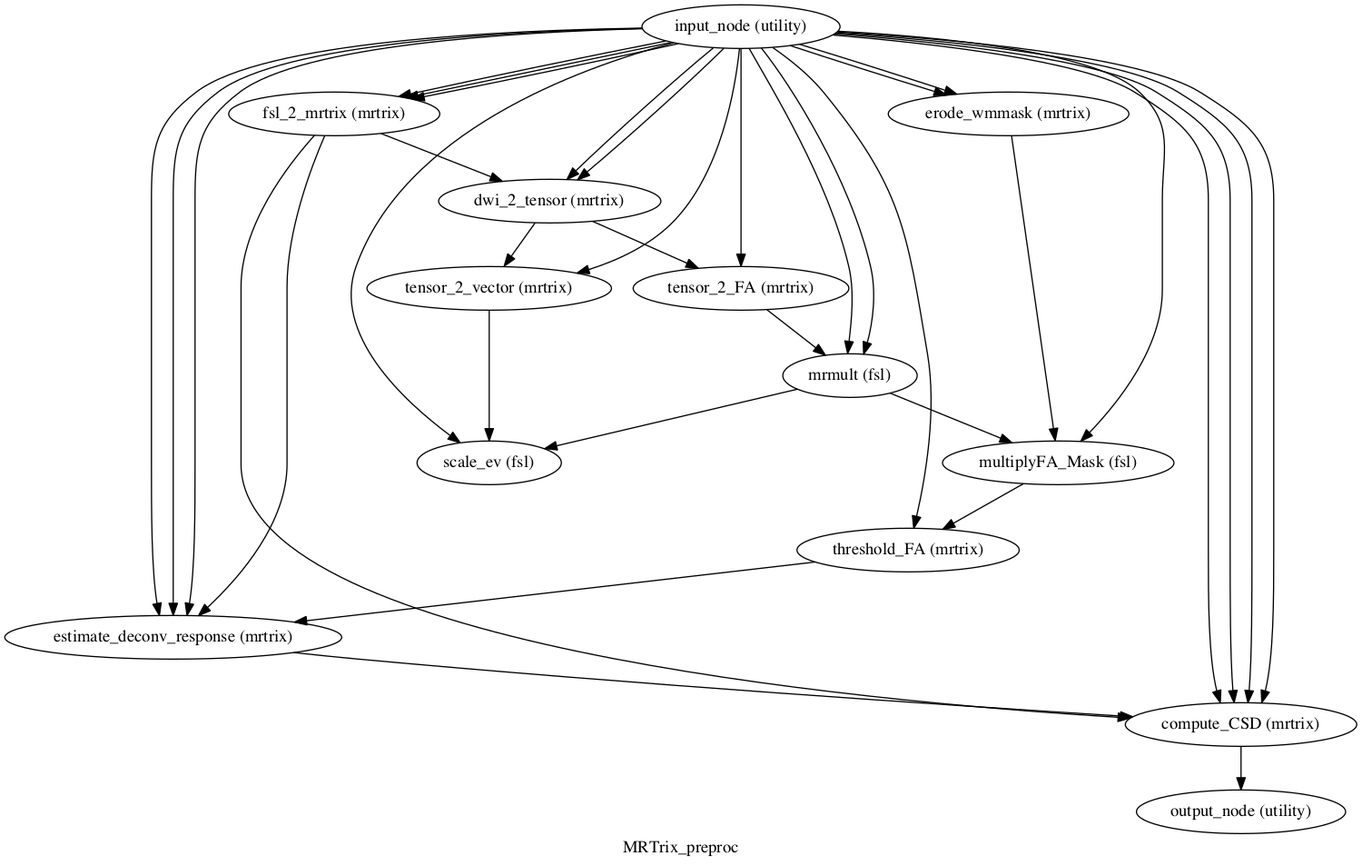
The Graphviz diagram notebooks/mrtrix_preproc_workflow_graph.dot.png in BrainModes/TVB-Pypeline, before a commit. Its source is kept beside it as notebooks/mrtrix_preproc_workflow_graph.dot. The source it was exported from:
```dot
digraph MRTrix_preproc{
  label="MRTrix_preproc";
  MRTrix_preproc_input_node[label="input_node (utility)"];
  MRTrix_preproc_fsl_2_mrtrix[label="fsl_2_mrtrix (mrtrix)"];
  MRTrix_preproc_dwi_2_tensor[label="dwi_2_tensor (mrtrix)"];
  MRTrix_preproc_tensor_2_FA[label="tensor_2_FA (mrtrix)"];
  MRTrix_preproc_erode_wmmask[label="erode_wmmask (mrtrix)"];
  MRTrix_preproc_mrmult[label="mrmult (fsl)"];
  MRTrix_preproc_multiplyFA_Mask[label="multiplyFA_Mask (fsl)"];
  MRTrix_preproc_threshold_FA[label="threshold_FA (mrtrix)"];
  MRTrix_preproc_estimate_deconv_response[label="estimate_deconv_response (mrtrix)"];
  MRTrix_preproc_compute_CSD[label="compute_CSD (mrtrix)"];
  MRTrix_preproc_output_node[label="output_node (utility)"];
  MRTrix_preproc_tensor_2_vector[label="tensor_2_vector (mrtrix)"];
  MRTrix_preproc_scale_ev[label="scale_ev (fsl)"];
  MRTrix_preproc_input_node -> MRTrix_preproc_tensor_2_vector;
  MRTrix_preproc_input_node -> MRTrix_preproc_estimate_deconv_response;
  MRTrix_preproc_input_node -> MRTrix_preproc_estimate_deconv_response;
  MRTrix_preproc_input_node -> MRTrix_preproc_estimate_deconv_response;
  MRTrix_preproc_input_node -> MRTrix_preproc_mrmult;
  MRTrix_preproc_input_node -> MRTrix_preproc_mrmult;
  MRTrix_preproc_input_node -> MRTrix_preproc_multiplyFA_Mask;
  MRTrix_preproc_input_node -> MRTrix_preproc_erode_wmmask;
  MRTrix_preproc_input_node -> MRTrix_preproc_erode_wmmask;
  MRTrix_preproc_input_node -> MRTrix_preproc_dwi_2_tensor;
  MRTrix_preproc_input_node -> MRTrix_preproc_dwi_2_tensor;
  MRTrix_preproc_input_node -> MRTrix_preproc_fsl_2_mrtrix;
  MRTrix_preproc_input_node -> MRTrix_preproc_fsl_2_mrtrix;
  MRTrix_preproc_input_node -> MRTrix_preproc_fsl_2_mrtrix;
  MRTrix_preproc_input_node -> MRTrix_preproc_threshold_FA;
  MRTrix_preproc_input_node -> MRTrix_preproc_compute_CSD;
  MRTrix_preproc_input_node -> MRTrix_preproc_compute_CSD;
  MRTrix_preproc_input_node -> MRTrix_preproc_compute_CSD;
  MRTrix_preproc_input_node -> MRTrix_preproc_compute_CSD;
  MRTrix_preproc_input_node -> MRTrix_preproc_tensor_2_FA;
  MRTrix_preproc_input_node -> MRTrix_preproc_scale_ev;
  MRTrix_preproc_fsl_2_mrtrix -> MRTrix_preproc_compute_CSD;
  MRTrix_preproc_fsl_2_mrtrix -> MRTrix_preproc_dwi_2_tensor;
  MRTrix_preproc_fsl_2_mrtrix -> MRTrix_preproc_estimate_deconv_response;
  MRTrix_preproc_dwi_2_tensor -> MRTrix_preproc_tensor_2_FA;
  MRTrix_preproc_dwi_2_tensor -> MRTrix_preproc_tensor_2_vector;
  MRTrix_preproc_tensor_2_FA -> MRTrix_preproc_mrmult;
  MRTrix_preproc_erode_wmmask -> MRTrix_preproc_multiplyFA_Mask;
  MRTrix_preproc_mrmult -> MRTrix_preproc_multiplyFA_Mask;
  MRTrix_preproc_mrmult -> MRTrix_preproc_scale_ev;
  MRTrix_preproc_multiplyFA_Mask -> MRTrix_preproc_threshold_FA;
  MRTrix_preproc_threshold_FA -> MRTrix_preproc_estimate_deconv_response;
  MRTrix_preproc_estimate_deconv_response -> MRTrix_preproc_compute_CSD;
  MRTrix_preproc_compute_CSD -> MRTrix_preproc_output_node;
  MRTrix_preproc_tensor_2_vector -> MRTrix_preproc_scale_ev;
}
```
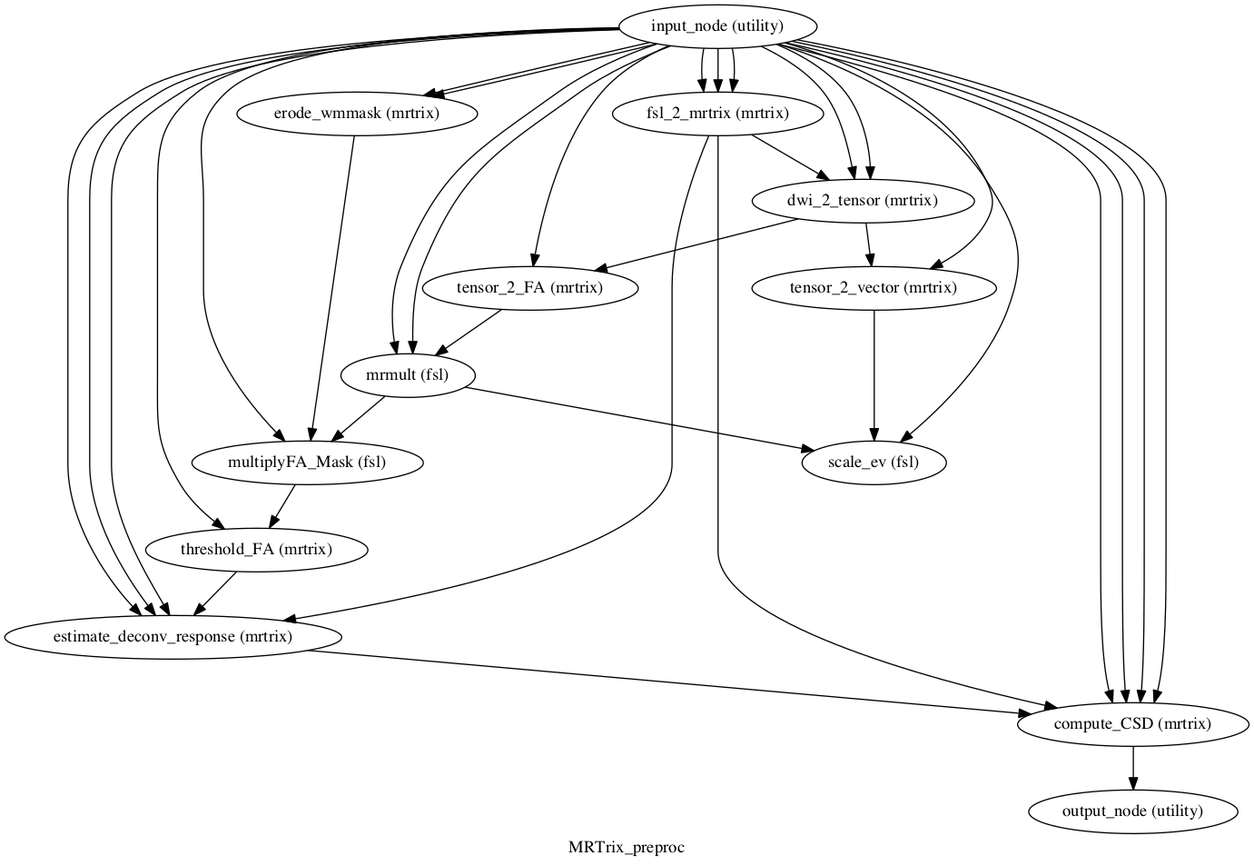
After the commit.

The edit, as a diff of the source:
```diff
@@ -3,49 +3,49 @@
   MRTrix_preproc_input_node[label="input_node (utility)"];
   MRTrix_preproc_fsl_2_mrtrix[label="fsl_2_mrtrix (mrtrix)"];
   MRTrix_preproc_dwi_2_tensor[label="dwi_2_tensor (mrtrix)"];
+  MRTrix_preproc_tensor_2_vector[label="tensor_2_vector (mrtrix)"];
   MRTrix_preproc_tensor_2_FA[label="tensor_2_FA (mrtrix)"];
+  MRTrix_preproc_mrmult[label="mrmult (fsl)"];
+  MRTrix_preproc_scale_ev[label="scale_ev (fsl)"];
   MRTrix_preproc_erode_wmmask[label="erode_wmmask (mrtrix)"];
-  MRTrix_preproc_mrmult[label="mrmult (fsl)"];
   MRTrix_preproc_multiplyFA_Mask[label="multiplyFA_Mask (fsl)"];
   MRTrix_preproc_threshold_FA[label="threshold_FA (mrtrix)"];
   MRTrix_preproc_estimate_deconv_response[label="estimate_deconv_response (mrtrix)"];
   MRTrix_preproc_compute_CSD[label="compute_CSD (mrtrix)"];
   MRTrix_preproc_output_node[label="output_node (utility)"];
-  MRTrix_preproc_tensor_2_vector[label="tensor_2_vector (mrtrix)"];
-  MRTrix_preproc_scale_ev[label="scale_ev (fsl)"];
-  MRTrix_preproc_input_node -> MRTrix_preproc_tensor_2_vector;
   MRTrix_preproc_input_node -> MRTrix_preproc_estimate_deconv_response;
   MRTrix_preproc_input_node -> MRTrix_preproc_estimate_deconv_response;
   MRTrix_preproc_input_node -> MRTrix_preproc_estimate_deconv_response;
+  MRTrix_preproc_input_node -> MRTrix_preproc_multiplyFA_Mask;
+  MRTrix_preproc_input_node -> MRTrix_preproc_threshold_FA;
+  MRTrix_preproc_input_node -> MRTrix_preproc_erode_wmmask;
+  MRTrix_preproc_input_node -> MRTrix_preproc_erode_wmmask;
   MRTrix_preproc_input_node -> MRTrix_preproc_mrmult;
   MRTrix_preproc_input_node -> MRTrix_preproc_mrmult;
-  MRTrix_preproc_input_node -> MRTrix_preproc_multiplyFA_Mask;
-  MRTrix_preproc_input_node -> MRTrix_preproc_erode_wmmask;
-  MRTrix_preproc_input_node -> MRTrix_preproc_erode_wmmask;
-  MRTrix_preproc_input_node -> MRTrix_preproc_dwi_2_tensor;
-  MRTrix_preproc_input_node -> MRTrix_preproc_dwi_2_tensor;
+  MRTrix_preproc_input_node -> MRTrix_preproc_tensor_2_FA;
+  MRTrix_preproc_input_node -> MRTrix_preproc_tensor_2_vector;
   MRTrix_preproc_input_node -> MRTrix_preproc_fsl_2_mrtrix;
   MRTrix_preproc_input_node -> MRTrix_preproc_fsl_2_mrtrix;
   MRTrix_preproc_input_node -> MRTrix_preproc_fsl_2_mrtrix;
-  MRTrix_preproc_input_node -> MRTrix_preproc_threshold_FA;
   MRTrix_preproc_input_node -> MRTrix_preproc_compute_CSD;
   MRTrix_preproc_input_node -> MRTrix_preproc_compute_CSD;
   MRTrix_preproc_input_node -> MRTrix_preproc_compute_CSD;
   MRTrix_preproc_input_node -> MRTrix_preproc_compute_CSD;
-  MRTrix_preproc_input_node -> MRTrix_preproc_tensor_2_FA;
   MRTrix_preproc_input_node -> MRTrix_preproc_scale_ev;
+  MRTrix_preproc_input_node -> MRTrix_preproc_dwi_2_tensor;
+  MRTrix_preproc_input_node -> MRTrix_preproc_dwi_2_tensor;
+  MRTrix_preproc_fsl_2_mrtrix -> MRTrix_preproc_estimate_deconv_response;
+  MRTrix_preproc_fsl_2_mrtrix -> MRTrix_preproc_dwi_2_tensor;
   MRTrix_preproc_fsl_2_mrtrix -> MRTrix_preproc_compute_CSD;
-  MRTrix_preproc_fsl_2_mrtrix -> MRTrix_preproc_dwi_2_tensor;
-  MRTrix_preproc_fsl_2_mrtrix -> MRTrix_preproc_estimate_deconv_response;
   MRTrix_preproc_dwi_2_tensor -> MRTrix_preproc_tensor_2_FA;
   MRTrix_preproc_dwi_2_tensor -> MRTrix_preproc_tensor_2_vector;
+  MRTrix_preproc_tensor_2_vector -> MRTrix_preproc_scale_ev;
   MRTrix_preproc_tensor_2_FA -> MRTrix_preproc_mrmult;
+  MRTrix_preproc_mrmult -> MRTrix_preproc_scale_ev;
+  MRTrix_preproc_mrmult -> MRTrix_preproc_multiplyFA_Mask;
   MRTrix_preproc_erode_wmmask -> MRTrix_preproc_multiplyFA_Mask;
-  MRTrix_preproc_mrmult -> MRTrix_preproc_multiplyFA_Mask;
-  MRTrix_preproc_mrmult -> MRTrix_preproc_scale_ev;
   MRTrix_preproc_multiplyFA_Mask -> MRTrix_preproc_threshold_FA;
   MRTrix_preproc_threshold_FA -> MRTrix_preproc_estimate_deconv_response;
   MRTrix_preproc_estimate_deconv_response -> MRTrix_preproc_compute_CSD;
   MRTrix_preproc_compute_CSD -> MRTrix_preproc_output_node;
-  MRTrix_preproc_tensor_2_vector -> MRTrix_preproc_scale_ev;
 }
```
